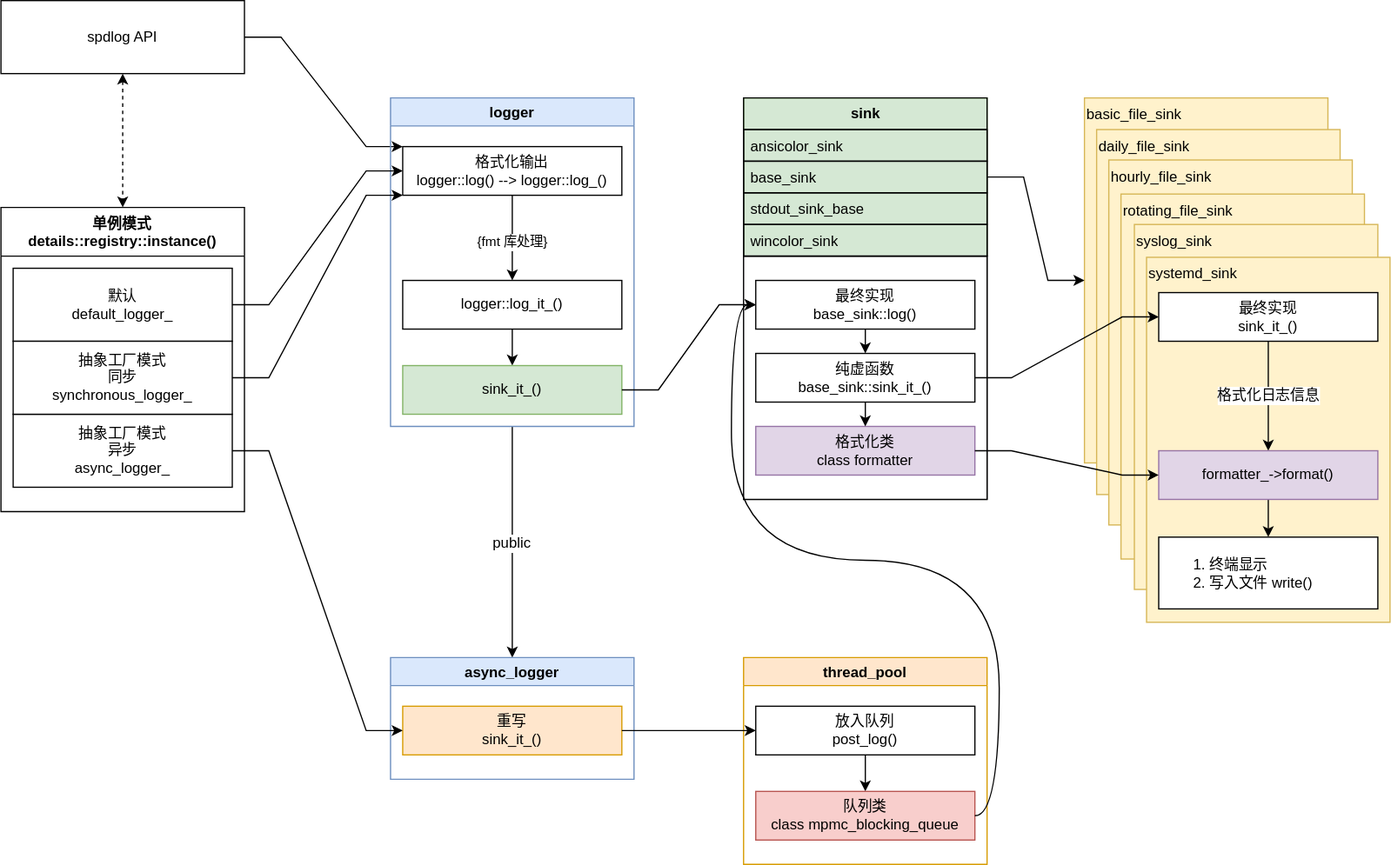
This is media/image/2022-12-31-spdlog/spdlog.drawio.svg from august295/august295.github.io, a draw.io export, as it was before one commit. Source tidied: cells renumbered, new cells last; positions are measured from the earlier drawing's top-left corner, leaving out a move shared by most shapes.
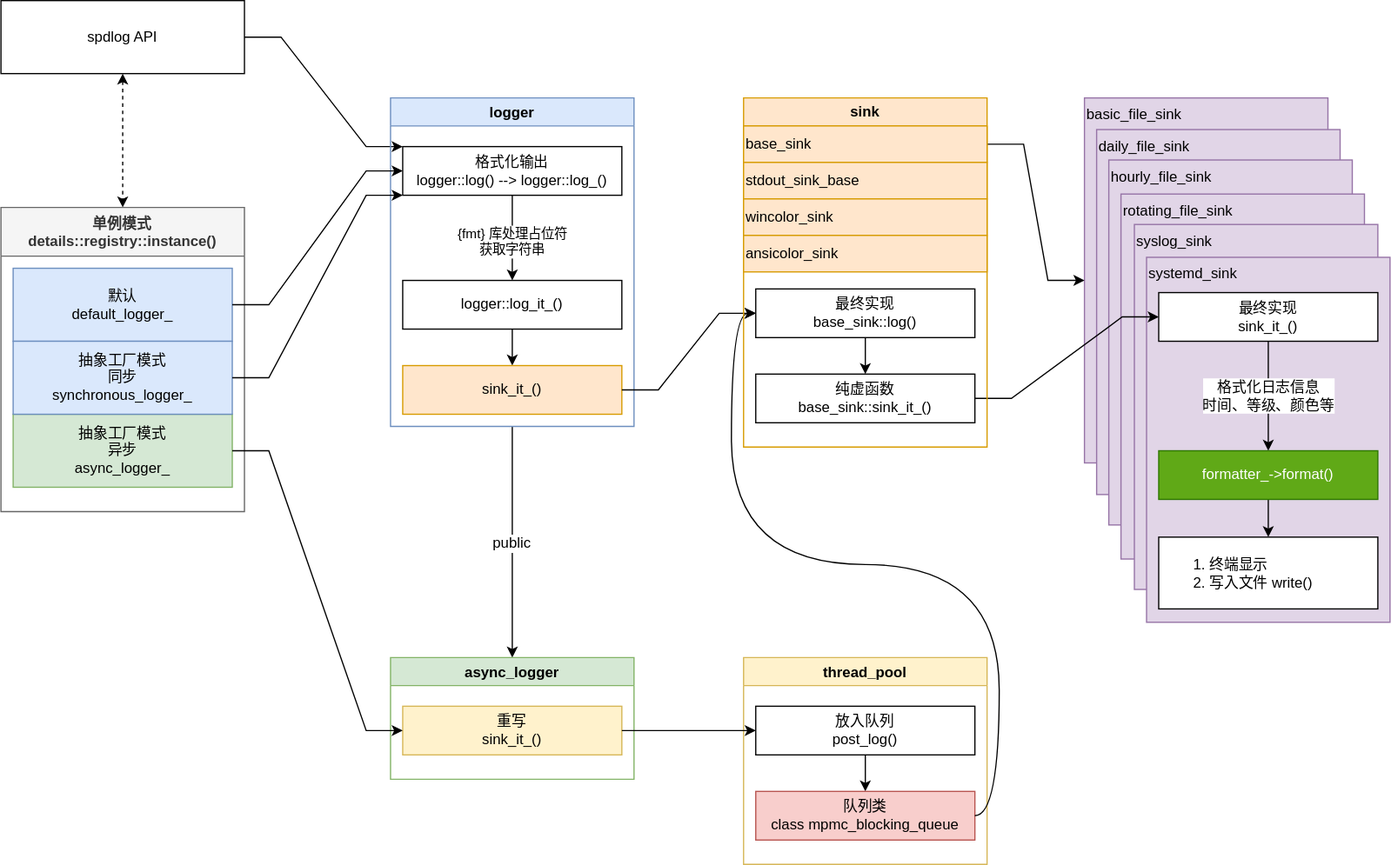
After the commit.

What changed in the source:
```diff
@@ -11,16 +11,16 @@
     <mxCell id="4" value="spdlog API" style="rounded=0;whiteSpace=wrap;html=1;" parent="1" vertex="1">
       <mxGeometry width="200" height="60" as="geometry" />
     </mxCell>
-    <mxCell id="5" value="单例模式&#10;details::registry::instance()" style="swimlane;startSize=40;" parent="1" vertex="1">
+    <mxCell id="5" value="单例模式&#10;details::registry::instance()" style="swimlane;startSize=40;fillColor=#f5f5f5;fontColor=#333333;strokeColor=#666666;" parent="1" vertex="1">
       <mxGeometry y="170" width="200" height="250" as="geometry" />
     </mxCell>
-    <mxCell id="6" value="默认&lt;br style=&quot;border-color: var(--border-color);&quot;&gt;default_logger_" style="rounded=0;whiteSpace=wrap;html=1;" parent="5" vertex="1">
+    <mxCell id="6" value="默认&lt;br style=&quot;border-color: var(--border-color);&quot;&gt;default_logger_" style="rounded=0;whiteSpace=wrap;html=1;fillColor=#dae8fc;strokeColor=#6c8ebf;" parent="5" vertex="1">
       <mxGeometry x="10" y="50" width="180" height="60" as="geometry" />
     </mxCell>
-    <mxCell id="7" value="抽象工厂模式&lt;br&gt;异步&lt;br style=&quot;border-color: var(--border-color);&quot;&gt;async_logger_" style="rounded=0;whiteSpace=wrap;html=1;" parent="5" vertex="1">
+    <mxCell id="7" value="抽象工厂模式&lt;br&gt;异步&lt;br style=&quot;border-color: var(--border-color);&quot;&gt;async_logger_" style="rounded=0;whiteSpace=wrap;html=1;fillColor=#d5e8d4;strokeColor=#82b366;" parent="5" vertex="1">
       <mxGeometry x="10" y="170" width="180" height="60" as="geometry" />
     </mxCell>
-    <mxCell id="8" value="抽象工厂模式&lt;br style=&quot;border-color: var(--border-color);&quot;&gt;同步&lt;br style=&quot;border-color: var(--border-color);&quot;&gt;synchronous_logger_" style="rounded=0;whiteSpace=wrap;html=1;" parent="5" vertex="1">
+    <mxCell id="8" value="抽象工厂模式&lt;br style=&quot;border-color: var(--border-color);&quot;&gt;同步&lt;br style=&quot;border-color: var(--border-color);&quot;&gt;synchronous_logger_" style="rounded=0;whiteSpace=wrap;html=1;fillColor=#dae8fc;strokeColor=#6c8ebf;" parent="5" vertex="1">
       <mxGeometry x="10" y="110" width="180" height="60" as="geometry" />
     </mxCell>
     <mxCell id="9" value="public" style="edgeStyle=none;rounded=0;jettySize=auto;fontFamily=Helvetica;fontSize=12;fontColor=default;startArrow=none;startFill=0;entryX=0.5;entryY=0;entryDx=0;entryDy=0;labelBorderColor=none;" parent="1" edge="1" source="10" target="48">
@@ -32,7 +32,7 @@
     <mxCell id="11" style="edgeStyle=none;rounded=0;jettySize=auto;startArrow=none;startFill=0;labelBorderColor=none;" parent="10" edge="1" source="13" target="15">
       <mxGeometry relative="1" as="geometry" />
     </mxCell>
-    <mxCell id="12" value="{fmt 库处理}" style="edgeLabel;align=center;verticalAlign=middle;labelBorderColor=none;" parent="11" vertex="1">
+    <mxCell id="12" value="{fmt} 库处理占位符&#10;获取字符串" style="edgeLabel;align=center;verticalAlign=middle;labelBorderColor=none;" parent="11" vertex="1">
       <mxGeometry x="-0.43" relative="1" as="geometry">
         <mxPoint y="17" as="offset" />
       </mxGeometry>
@@ -46,7 +46,7 @@
     <mxCell id="15" value="logger::log_it_()" style="rounded=0;whiteSpace=wrap;labelBorderColor=none;" parent="10" vertex="1">
       <mxGeometry x="10" y="150" width="180" height="40" as="geometry" />
     </mxCell>
-    <mxCell id="16" value="sink_it_()" style="rounded=0;whiteSpace=wrap;labelBorderColor=none;fillColor=#d5e8d4;strokeColor=#82b366;" parent="10" vertex="1">
+    <mxCell id="16" value="sink_it_()" style="rounded=0;whiteSpace=wrap;labelBorderColor=none;fillColor=#ffe6cc;strokeColor=#d79b00;" parent="10" vertex="1">
       <mxGeometry x="10" y="220" width="180" height="40" as="geometry" />
     </mxCell>
     <mxCell id="17" style="edgeStyle=none;rounded=0;orthogonalLoop=1;jettySize=auto;exitX=1;exitY=0.5;exitDx=0;exitDy=0;startArrow=none;startFill=0;labelBorderColor=none;" parent="10" edge="1" source="13" target="13">
@@ -58,76 +58,34 @@
     <mxCell id="19" style="edgeStyle=entityRelationEdgeStyle;rounded=0;jettySize=auto;html=1;exitX=1;exitY=0.5;exitDx=0;exitDy=0;entryX=0;entryY=1;entryDx=0;entryDy=0;startArrow=none;startFill=0;" parent="1" edge="1" source="8" target="13">
       <mxGeometry relative="1" as="geometry" />
     </mxCell>
-    <mxCell id="20" value="basic_file_sink" style="rounded=0;whiteSpace=wrap;html=1;fontFamily=Helvetica;fontSize=12;fillColor=#fff2cc;verticalAlign=top;align=left;strokeColor=#d6b656;" parent="1" vertex="1">
+    <mxCell id="20" value="basic_file_sink" style="rounded=0;whiteSpace=wrap;html=1;fontFamily=Helvetica;fontSize=12;fillColor=#e1d5e7;verticalAlign=top;align=left;strokeColor=#9673a6;" parent="1" vertex="1">
       <mxGeometry x="890" y="80" width="200" height="300" as="geometry" />
     </mxCell>
-    <mxCell id="21" value="daily_file_sink" style="rounded=0;whiteSpace=wrap;html=1;fontFamily=Helvetica;fontSize=12;fillColor=#fff2cc;verticalAlign=top;align=left;strokeColor=#d6b656;" parent="1" vertex="1">
+    <mxCell id="21" value="daily_file_sink" style="rounded=0;whiteSpace=wrap;html=1;fontFamily=Helvetica;fontSize=12;fillColor=#e1d5e7;verticalAlign=top;align=left;strokeColor=#9673a6;" parent="1" vertex="1">
       <mxGeometry x="900" y="106" width="200" height="300" as="geometry" />
     </mxCell>
-    <mxCell id="22" value="hourly_file_sink" style="rounded=0;whiteSpace=wrap;html=1;fontFamily=Helvetica;fontSize=12;fillColor=#fff2cc;verticalAlign=top;align=left;strokeColor=#d6b656;" parent="1" vertex="1">
+    <mxCell id="22" value="hourly_file_sink" style="rounded=0;whiteSpace=wrap;html=1;fontFamily=Helvetica;fontSize=12;fillColor=#e1d5e7;verticalAlign=top;align=left;strokeColor=#9673a6;" parent="1" vertex="1">
       <mxGeometry x="910" y="131" width="200" height="300" as="geometry" />
     </mxCell>
-    <mxCell id="23" value="rotating_file_sink" style="rounded=0;whiteSpace=wrap;html=1;fontFamily=Helvetica;fontSize=12;fillColor=#fff2cc;verticalAlign=top;align=left;strokeColor=#d6b656;" parent="1" vertex="1">
+    <mxCell id="23" value="rotating_file_sink" style="rounded=0;whiteSpace=wrap;html=1;fontFamily=Helvetica;fontSize=12;fillColor=#e1d5e7;verticalAlign=top;align=left;strokeColor=#9673a6;" parent="1" vertex="1">
       <mxGeometry x="920" y="159" width="200" height="300" as="geometry" />
     </mxCell>
-    <mxCell id="24" value="syslog_sink" style="rounded=0;whiteSpace=wrap;html=1;fontFamily=Helvetica;fontSize=12;fillColor=#fff2cc;verticalAlign=top;align=left;strokeColor=#d6b656;" parent="1" vertex="1">
+    <mxCell id="24" value="syslog_sink" style="rounded=0;whiteSpace=wrap;html=1;fontFamily=Helvetica;fontSize=12;fillColor=#e1d5e7;verticalAlign=top;align=left;strokeColor=#9673a6;" parent="1" vertex="1">
       <mxGeometry x="931" y="184" width="200" height="300" as="geometry" />
     </mxCell>
-    <mxCell id="25" value="systemd_sink" style="rounded=0;whiteSpace=wrap;html=1;fontFamily=Helvetica;fontSize=12;fillColor=#fff2cc;verticalAlign=top;align=left;strokeColor=#d6b656;" parent="1" vertex="1">
+    <mxCell id="25" value="systemd_sink" style="rounded=0;whiteSpace=wrap;html=1;fontFamily=Helvetica;fontSize=12;fillColor=#e1d5e7;verticalAlign=top;align=left;strokeColor=#9673a6;" parent="1" vertex="1">
       <mxGeometry x="941" y="211" width="200" height="300" as="geometry" />
     </mxCell>
-    <mxCell id="26" value="格式化日志信息" style="edgeStyle=none;rounded=0;jettySize=auto;html=1;exitX=0.5;exitY=1;exitDx=0;exitDy=0;fontFamily=Helvetica;fontSize=12;fontColor=default;startArrow=none;startFill=0;" parent="1" edge="1" source="27" target="46">
+    <mxCell id="26" value="格式化日志信息&lt;br&gt;时间、等级、颜色等" style="edgeStyle=none;rounded=0;jettySize=auto;html=1;exitX=0.5;exitY=1;exitDx=0;exitDy=0;fontFamily=Helvetica;fontSize=12;fontColor=default;startArrow=none;startFill=0;" parent="1" edge="1" source="27" target="46">
       <mxGeometry relative="1" as="geometry" />
     </mxCell>
     <mxCell id="27" value="最终实现&lt;br&gt;sink_it_()" style="rounded=0;whiteSpace=wrap;html=1;" parent="1" vertex="1">
       <mxGeometry x="951" y="240" width="180" height="40" as="geometry" />
     </mxCell>
-    <mxCell id="28" style="group;fillColor=#d5e8d4;strokeColor=#82b366;" parent="1" vertex="1">
-      <mxGeometry x="610" y="80" width="200" height="330" as="geometry" />
-    </mxCell>
-    <mxCell id="29" style="group;fillColor=#e1d5e7;strokeColor=#9673a6;" parent="28" vertex="1">
-      <mxGeometry y="130" width="200" height="200" as="geometry" />
-    </mxCell>
-    <mxCell id="30" value="&lt;div style=&quot;&quot;&gt;&lt;br&gt;&lt;/div&gt;" style="rounded=0;whiteSpace=wrap;html=1;align=left;verticalAlign=top;" parent="29" vertex="1">
-      <mxGeometry width="200" height="200" as="geometry" />
-    </mxCell>
-    <mxCell id="31" value="格式化类&lt;br&gt;class formatter" style="rounded=0;whiteSpace=wrap;html=1;fillColor=#e1d5e7;strokeColor=#9673a6;" parent="29" vertex="1">
-      <mxGeometry x="10" y="140" width="180" height="40" as="geometry" />
-    </mxCell>
-    <mxCell id="32" value="纯虚函数&lt;br&gt;base_sink::sink_it_()" style="rounded=0;whiteSpace=wrap;html=1;" parent="29" vertex="1">
-      <mxGeometry x="10" y="80" width="180" height="40" as="geometry" />
-    </mxCell>
-    <mxCell id="33" value="最终实现&lt;br&gt;base_sink::log()" style="rounded=0;whiteSpace=wrap;html=1;" parent="29" vertex="1">
-      <mxGeometry x="10" y="20" width="180" height="40" as="geometry" />
-    </mxCell>
-    <mxCell id="34" style="edgeStyle=none;rounded=0;jettySize=auto;html=1;startArrow=none;startFill=0;" parent="29" edge="1" source="32" target="31">
-      <mxGeometry relative="1" as="geometry" />
-    </mxCell>
-    <mxCell id="35" style="rounded=0;jettySize=auto;html=1;startArrow=none;startFill=0;exitX=0.5;exitY=1;exitDx=0;exitDy=0;entryX=0.5;entryY=0;entryDx=0;entryDy=0;" parent="29" edge="1" source="33" target="32">
-      <mxGeometry relative="1" as="geometry" />
-    </mxCell>
-    <mxCell id="36" style="group;" parent="28" vertex="1">
-      <mxGeometry width="200" height="130" as="geometry" />
-    </mxCell>
-    <mxCell id="37" value="sink" style="swimlane;fontStyle=1;horizontal=1;startSize=26;fillColor=none;html=1;rounded=0;" parent="36" vertex="1">
-      <mxGeometry width="200" height="130" as="geometry" />
-    </mxCell>
-    <mxCell id="38" value="ansicolor_sink" style="text;strokeColor=default;fillColor=none;align=left;verticalAlign=top;spacingLeft=4;spacingRight=4;overflow=hidden;whiteSpace=wrap;html=1;rounded=0;" parent="36" vertex="1">
-      <mxGeometry y="26" width="200" height="26" as="geometry" />
-    </mxCell>
-    <mxCell id="39" value="base_sink" style="text;strokeColor=default;fillColor=none;align=left;verticalAlign=top;spacingLeft=4;spacingRight=4;overflow=hidden;points=[[0,0.5],[1,0.5]];portConstraint=eastwest;whiteSpace=wrap;html=1;rounded=0;" parent="36" vertex="1">
-      <mxGeometry y="52" width="200" height="26" as="geometry" />
-    </mxCell>
-    <mxCell id="40" value="stdout_sink_base" style="text;strokeColor=default;fillColor=none;align=left;verticalAlign=top;spacingLeft=4;spacingRight=4;overflow=hidden;whiteSpace=wrap;html=1;rounded=0;" parent="36" vertex="1">
-      <mxGeometry y="78" width="200" height="26" as="geometry" />
-    </mxCell>
-    <mxCell id="41" value="wincolor_sink" style="text;strokeColor=default;fillColor=none;align=left;verticalAlign=top;spacingLeft=4;spacingRight=4;overflow=hidden;whiteSpace=wrap;html=1;rounded=0;" parent="36" vertex="1">
-      <mxGeometry y="104" width="200" height="26" as="geometry" />
-    </mxCell>
     <mxCell id="42" style="edgeStyle=entityRelationEdgeStyle;rounded=0;jettySize=auto;html=1;exitX=1;exitY=0.5;exitDx=0;exitDy=0;entryX=0;entryY=0.5;entryDx=0;entryDy=0;startArrow=none;startFill=0;" parent="1" edge="1" source="16" target="33">
       <mxGeometry relative="1" as="geometry" />
     </mxCell>
-    <mxCell id="43" style="edgeStyle=entityRelationEdgeStyle;rounded=0;jettySize=auto;html=1;fontFamily=Helvetica;fontSize=12;fontColor=default;startArrow=none;startFill=0;entryX=0;entryY=0.5;entryDx=0;entryDy=0;" parent="1" edge="1" source="37" target="20">
+    <mxCell id="43" style="edgeStyle=entityRelationEdgeStyle;rounded=0;jettySize=auto;html=1;fontFamily=Helvetica;fontSize=12;fontColor=default;startArrow=none;startFill=0;entryX=0;entryY=0.5;entryDx=0;entryDy=0;exitX=1;exitY=0.5;exitDx=0;exitDy=0;" parent="1" edge="1" source="39" target="20">
       <mxGeometry relative="1" as="geometry" />
     </mxCell>
     <mxCell id="44" style="edgeStyle=entityRelationEdgeStyle;rounded=0;jettySize=auto;html=1;fontFamily=Helvetica;fontSize=12;fontColor=default;startArrow=none;startFill=0;entryX=0;entryY=0.5;entryDx=0;entryDy=0;" parent="1" edge="1" source="32" target="27">
@@ -136,22 +94,22 @@
     <mxCell id="45" style="edgeStyle=none;rounded=0;jettySize=auto;html=1;exitX=0.5;exitY=1;exitDx=0;exitDy=0;fontFamily=Helvetica;fontSize=12;fontColor=default;startArrow=none;startFill=0;" parent="1" edge="1" source="46" target="47">
       <mxGeometry relative="1" as="geometry" />
     </mxCell>
-    <mxCell id="46" value="&lt;span style=&quot;&quot;&gt;formatter_-&amp;gt;&lt;/span&gt;format()" style="rounded=0;whiteSpace=wrap;html=1;fillColor=#e1d5e7;strokeColor=#9673a6;" parent="1" vertex="1">
+    <mxCell id="46" value="&lt;span style=&quot;&quot;&gt;formatter_-&amp;gt;&lt;/span&gt;format()" style="rounded=0;whiteSpace=wrap;html=1;fillColor=#60a917;strokeColor=#2D7600;fontColor=#ffffff;" parent="1" vertex="1">
       <mxGeometry x="951" y="370" width="180" height="40" as="geometry" />
     </mxCell>
     <mxCell id="47" value="&lt;ol&gt;&lt;li&gt;终端显示&lt;/li&gt;&lt;li&gt;写入文件 write()&lt;br&gt;&lt;/li&gt;&lt;/ol&gt;" style="rounded=0;whiteSpace=wrap;html=1;align=left;" parent="1" vertex="1">
       <mxGeometry x="951" y="441" width="180" height="59" as="geometry" />
     </mxCell>
-    <mxCell id="48" value="async_logger" style="swimlane;rounded=0;fillColor=#dae8fc;strokeColor=#6c8ebf;labelBorderColor=none;" parent="1" vertex="1">
+    <mxCell id="48" value="async_logger" style="swimlane;rounded=0;fillColor=#d5e8d4;strokeColor=#82b366;labelBorderColor=none;" parent="1" vertex="1">
       <mxGeometry x="320" y="540" width="200" height="100" as="geometry" />
     </mxCell>
-    <mxCell id="49" value="重写&#10;sink_it_()" style="rounded=0;whiteSpace=wrap;labelBorderColor=none;fillColor=#ffe6cc;strokeColor=#d79b00;" parent="48" vertex="1">
+    <mxCell id="49" value="重写&#10;sink_it_()" style="rounded=0;whiteSpace=wrap;labelBorderColor=none;fillColor=#fff2cc;strokeColor=#d6b656;" parent="48" vertex="1">
       <mxGeometry x="10" y="40" width="180" height="40" as="geometry" />
     </mxCell>
     <mxCell id="50" style="edgeStyle=none;rounded=0;orthogonalLoop=1;jettySize=auto;exitX=1;exitY=0.5;exitDx=0;exitDy=0;startArrow=none;startFill=0;labelBorderColor=none;" parent="48" edge="1" source="49" target="49">
       <mxGeometry relative="1" as="geometry" />
     </mxCell>
-    <mxCell id="51" value="thread_pool" style="swimlane;rounded=0;fillColor=#ffe6cc;strokeColor=#d79b00;" parent="1" vertex="1">
+    <mxCell id="51" value="thread_pool" style="swimlane;rounded=0;fillColor=#fff2cc;strokeColor=#d6b656;" parent="1" vertex="1">
       <mxGeometry x="610" y="540" width="200" height="170" as="geometry" />
     </mxCell>
     <mxCell id="52" style="rounded=0;jettySize=auto;html=1;fontFamily=Helvetica;fontSize=12;fontColor=default;startArrow=none;startFill=0;" parent="51" edge="1" source="53" target="55">
@@ -175,8 +133,29 @@
     <mxCell id="58" style="edgeStyle=orthogonalEdgeStyle;rounded=0;jettySize=auto;html=1;exitX=1;exitY=0.5;exitDx=0;exitDy=0;entryX=0;entryY=0.5;entryDx=0;entryDy=0;fontFamily=Helvetica;fontSize=12;fontColor=default;startArrow=none;startFill=0;curved=1;" parent="1" edge="1" source="55" target="33">
       <mxGeometry relative="1" as="geometry" />
     </mxCell>
-    <mxCell id="59" style="edgeStyle=entityRelationEdgeStyle;rounded=0;jettySize=auto;html=0;exitX=1;exitY=0.5;exitDx=0;exitDy=0;entryX=0;entryY=0.5;entryDx=0;entryDy=0;labelBorderColor=none;fontFamily=Helvetica;fontSize=12;fontColor=default;startArrow=none;startFill=0;" parent="1" edge="1" source="31" target="46">
-      <mxGeometry relative="1" as="geometry" />
-    </mxCell>
+    <mxCell id="37" value="&lt;span style=&quot;&quot;&gt;sink&lt;/span&gt;" style="swimlane;whiteSpace=wrap;html=1;fillColor=#ffe6cc;strokeColor=#d79b00;" parent="1" vertex="1">
+      <mxGeometry x="610" y="80" width="200" height="287" as="geometry" />
+    </mxCell>
+    <mxCell id="39" value="&lt;span style=&quot;&quot;&gt;base_sink&lt;/span&gt;" style="whiteSpace=wrap;html=1;align=left;verticalAlign=middle;fillColor=#ffe6cc;strokeColor=#d79b00;" parent="37" vertex="1">
+      <mxGeometry y="23" width="200" height="30" as="geometry" />
+    </mxCell>
+    <mxCell id="40" value="&lt;span style=&quot;&quot;&gt;stdout_sink_base&lt;/span&gt;" style="whiteSpace=wrap;html=1;align=left;verticalAlign=middle;fillColor=#ffe6cc;strokeColor=#d79b00;" parent="37" vertex="1">
+      <mxGeometry y="53" width="200" height="30" as="geometry" />
+    </mxCell>
+    <mxCell id="41" value="&lt;span style=&quot;&quot;&gt;wincolor_sink&lt;/span&gt;" style="whiteSpace=wrap;html=1;align=left;verticalAlign=middle;fillColor=#ffe6cc;strokeColor=#d79b00;" parent="37" vertex="1">
+      <mxGeometry y="83" width="200" height="30" as="geometry" />
+    </mxCell>
+    <mxCell id="38" value="&lt;span style=&quot;&quot;&gt;ansicolor_sink&lt;/span&gt;" style="whiteSpace=wrap;html=1;align=left;verticalAlign=middle;fillColor=#ffe6cc;strokeColor=#d79b00;" parent="37" vertex="1">
+      <mxGeometry y="113" width="200" height="30" as="geometry" />
+    </mxCell>
+    <mxCell id="33" value="最终实现&lt;br&gt;base_sink::log()" style="rounded=0;whiteSpace=wrap;html=1;" parent="37" vertex="1">
+      <mxGeometry x="10" y="157" width="180" height="40" as="geometry" />
+    </mxCell>
+    <mxCell id="32" value="纯虚函数&lt;br&gt;base_sink::sink_it_()" style="rounded=0;whiteSpace=wrap;html=1;" parent="37" vertex="1">
+      <mxGeometry x="10" y="227" width="180" height="40" as="geometry" />
+    </mxCell>
+    <mxCell id="35" style="rounded=0;jettySize=auto;html=1;startArrow=none;startFill=0;exitX=0.5;exitY=1;exitDx=0;exitDy=0;entryX=0.5;entryY=0;entryDx=0;entryDy=0;" parent="37" edge="1" source="33" target="32">
+      <mxGeometry relative="1" as="geometry" />
+    </mxCell>
   </root>
 </mxGraphModel>
```
